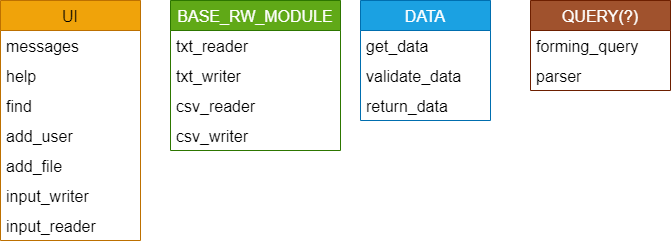
This is Quarter2/s7/s7hw/modules.drawio.png from Forty3pigs/python_study, a draw.io export, as it was before one commit. Source tidied: cells renumbered, new cells last; positions are measured from the earlier drawing's top-left corner, leaving out a move shared by most shapes. Its diagram source:
```xml
<mxGraphModel>
  <root>
    <mxCell id="0" />
    <mxCell id="1" parent="0" />
    <mxCell id="2" value="DATA" style="swimlane;fontStyle=0;horizontal=1;startSize=30;fontSize=16;fillColor=#1ba1e2;strokeColor=#006EAF;fontColor=#ffffff;" parent="1" vertex="1">
      <mxGeometry x="360" width="130" height="120" as="geometry" />
    </mxCell>
    <mxCell id="3" value="get_data" style="text;strokeColor=none;fillColor=none;align=left;verticalAlign=middle;spacingLeft=4;spacingRight=4;overflow=hidden;fontSize=16;" parent="2" vertex="1">
      <mxGeometry y="30" width="130" height="30" as="geometry" />
    </mxCell>
    <mxCell id="4" value="validate_data" style="text;strokeColor=none;fillColor=none;align=left;verticalAlign=middle;spacingLeft=4;spacingRight=4;overflow=hidden;fontSize=16;" parent="2" vertex="1">
      <mxGeometry y="60" width="130" height="30" as="geometry" />
    </mxCell>
    <mxCell id="5" value="return_data" style="text;strokeColor=none;fillColor=none;align=left;verticalAlign=middle;spacingLeft=4;spacingRight=4;overflow=hidden;fontSize=16;" parent="2" vertex="1">
      <mxGeometry y="90" width="130" height="30" as="geometry" />
    </mxCell>
    <mxCell id="6" value="BASE_RW_MODULE" style="swimlane;fontStyle=0;horizontal=1;startSize=30;fontSize=16;fillColor=#60a917;strokeColor=#2D7600;fontColor=#ffffff;" parent="1" vertex="1">
      <mxGeometry x="170" width="170" height="150" as="geometry" />
    </mxCell>
    <mxCell id="7" value="txt_reader" style="text;strokeColor=none;fillColor=none;align=left;verticalAlign=middle;spacingLeft=4;spacingRight=4;overflow=hidden;fontSize=16;" parent="6" vertex="1">
      <mxGeometry y="30" width="170" height="30" as="geometry" />
    </mxCell>
    <mxCell id="8" value="txt_writer" style="text;strokeColor=none;fillColor=none;align=left;verticalAlign=middle;spacingLeft=4;spacingRight=4;overflow=hidden;fontSize=16;" parent="6" vertex="1">
      <mxGeometry y="60" width="170" height="30" as="geometry" />
    </mxCell>
    <mxCell id="9" value="csv_reader" style="text;strokeColor=none;fillColor=none;align=left;verticalAlign=middle;spacingLeft=4;spacingRight=4;overflow=hidden;fontSize=16;" parent="6" vertex="1">
      <mxGeometry y="90" width="170" height="30" as="geometry" />
    </mxCell>
    <mxCell id="10" value="csv_writer" style="text;strokeColor=none;fillColor=none;align=left;verticalAlign=middle;spacingLeft=4;spacingRight=4;overflow=hidden;fontSize=16;" parent="6" vertex="1">
      <mxGeometry y="120" width="170" height="30" as="geometry" />
    </mxCell>
    <mxCell id="11" value="UI" style="swimlane;fontStyle=0;horizontal=1;startSize=30;fontSize=16;fillColor=#f0a30a;strokeColor=#BD7000;fontColor=#000000;" parent="1" vertex="1">
      <mxGeometry width="140" height="240" as="geometry" />
    </mxCell>
    <mxCell id="12" value="messages" style="text;strokeColor=none;fillColor=none;align=left;verticalAlign=middle;spacingLeft=4;spacingRight=4;overflow=hidden;fontSize=16;" parent="11" vertex="1">
      <mxGeometry y="30" width="140" height="30" as="geometry" />
    </mxCell>
    <mxCell id="13" value="help" style="text;strokeColor=none;fillColor=none;align=left;verticalAlign=middle;spacingLeft=4;spacingRight=4;overflow=hidden;fontSize=16;" parent="11" vertex="1">
      <mxGeometry y="60" width="140" height="30" as="geometry" />
    </mxCell>
    <mxCell id="14" value="find" style="text;strokeColor=none;fillColor=none;align=left;verticalAlign=middle;spacingLeft=4;spacingRight=4;overflow=hidden;fontSize=16;" parent="11" vertex="1">
      <mxGeometry y="90" width="140" height="30" as="geometry" />
    </mxCell>
    <mxCell id="15" value="add_user" style="text;strokeColor=none;fillColor=none;align=left;verticalAlign=middle;spacingLeft=4;spacingRight=4;overflow=hidden;fontSize=16;" parent="11" vertex="1">
      <mxGeometry y="120" width="140" height="30" as="geometry" />
    </mxCell>
    <mxCell id="16" value="add_file" style="text;strokeColor=none;fillColor=none;align=left;verticalAlign=middle;spacingLeft=4;spacingRight=4;overflow=hidden;fontSize=16;" parent="11" vertex="1">
      <mxGeometry y="150" width="140" height="30" as="geometry" />
    </mxCell>
    <mxCell id="17" value="input_writer" style="text;strokeColor=none;fillColor=none;align=left;verticalAlign=middle;spacingLeft=4;spacingRight=4;overflow=hidden;fontSize=16;" parent="11" vertex="1">
      <mxGeometry y="180" width="140" height="30" as="geometry" />
    </mxCell>
    <mxCell id="18" value="input_reader" style="text;strokeColor=none;fillColor=none;align=left;verticalAlign=middle;spacingLeft=4;spacingRight=4;overflow=hidden;fontSize=16;" parent="11" vertex="1">
      <mxGeometry y="210" width="140" height="30" as="geometry" />
    </mxCell>
    <mxCell id="19" value="QUERY(?)" style="swimlane;fontStyle=0;horizontal=1;startSize=30;fontSize=16;fillColor=#a0522d;strokeColor=#6D1F00;fontColor=#ffffff;" parent="1" vertex="1">
      <mxGeometry x="530" width="140" height="90" as="geometry" />
    </mxCell>
    <mxCell id="20" value="forming_query" style="text;strokeColor=none;fillColor=none;align=left;verticalAlign=middle;spacingLeft=4;spacingRight=4;overflow=hidden;fontSize=16;" parent="19" vertex="1">
      <mxGeometry y="30" width="140" height="30" as="geometry" />
    </mxCell>
    <mxCell id="21" value="parser" style="text;strokeColor=none;fillColor=none;align=left;verticalAlign=middle;spacingLeft=4;spacingRight=4;overflow=hidden;fontSize=16;" parent="19" vertex="1">
      <mxGeometry y="60" width="140" height="30" as="geometry" />
    </mxCell>
  </root>
</mxGraphModel>
```
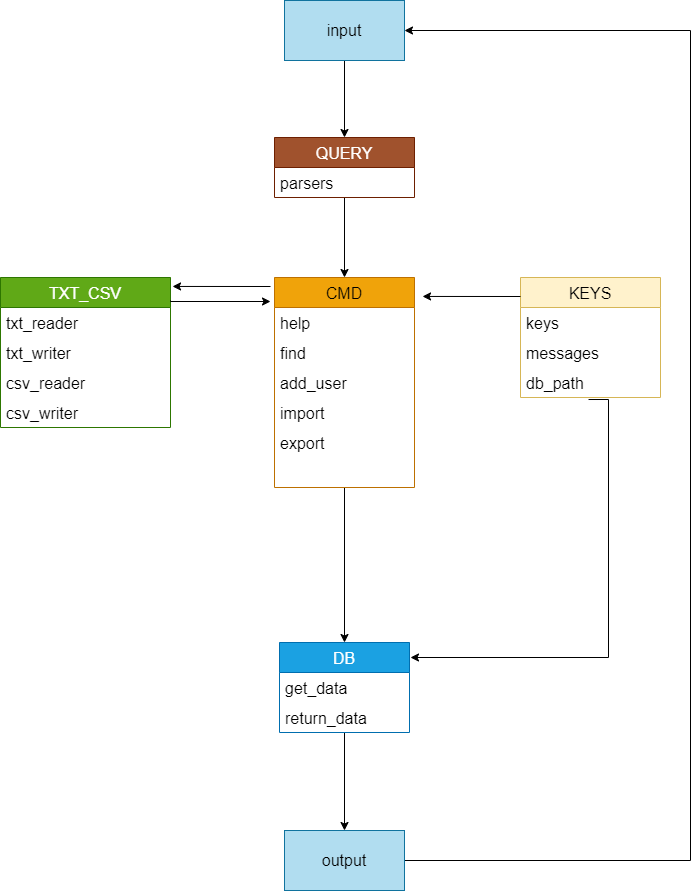
The same file after the commit.

Commit message:
s7hw find, import, export from/to txt and csv, minimal help

Diff of the diagram source:
```diff
@@ -2,20 +2,20 @@
   <root>
     <mxCell id="0" />
     <mxCell id="1" parent="0" />
+    <mxCell id="22" style="edgeStyle=orthogonalEdgeStyle;rounded=0;jettySize=auto;html=1;fontSize=16;" parent="1" edge="1" source="2" target="37">
+      <mxGeometry relative="1" as="geometry" />
+    </mxCell>
-    <mxCell id="2" value="DATA" style="swimlane;fontStyle=0;horizontal=1;startSize=30;fontSize=16;fillColor=#1ba1e2;strokeColor=#006EAF;fontColor=#ffffff;" parent="1" vertex="1">
-      <mxGeometry x="360" width="130" height="120" as="geometry" />
+    <mxCell id="2" value="DB" style="swimlane;fontStyle=0;horizontal=1;startSize=30;fontSize=16;fillColor=#1ba1e2;strokeColor=#006EAF;fontColor=#ffffff;" parent="1" vertex="1">
+      <mxGeometry x="319" y="732" width="130" height="90" as="geometry" />
     </mxCell>
     <mxCell id="3" value="get_data" style="text;strokeColor=none;fillColor=none;align=left;verticalAlign=middle;spacingLeft=4;spacingRight=4;overflow=hidden;fontSize=16;" parent="2" vertex="1">
       <mxGeometry y="30" width="130" height="30" as="geometry" />
     </mxCell>
-    <mxCell id="4" value="validate_data" style="text;strokeColor=none;fillColor=none;align=left;verticalAlign=middle;spacingLeft=4;spacingRight=4;overflow=hidden;fontSize=16;" parent="2" vertex="1">
-      <mxGeometry y="60" width="130" height="30" as="geometry" />
-    </mxCell>
     <mxCell id="5" value="return_data" style="text;strokeColor=none;fillColor=none;align=left;verticalAlign=middle;spacingLeft=4;spacingRight=4;overflow=hidden;fontSize=16;" parent="2" vertex="1">
-      <mxGeometry y="90" width="130" height="30" as="geometry" />
+      <mxGeometry y="60" width="130" height="30" as="geometry" />
     </mxCell>
-    <mxCell id="6" value="BASE_RW_MODULE" style="swimlane;fontStyle=0;horizontal=1;startSize=30;fontSize=16;fillColor=#60a917;strokeColor=#2D7600;fontColor=#ffffff;" parent="1" vertex="1">
-      <mxGeometry x="170" width="170" height="150" as="geometry" />
+    <mxCell id="6" value="TXT_CSV" style="swimlane;fontStyle=0;horizontal=1;startSize=30;fontSize=16;fillColor=#60a917;strokeColor=#2D7600;fontColor=#ffffff;" parent="1" vertex="1">
+      <mxGeometry x="40" y="367" width="170" height="150" as="geometry" />
     </mxCell>
     <mxCell id="7" value="txt_reader" style="text;strokeColor=none;fillColor=none;align=left;verticalAlign=middle;spacingLeft=4;spacingRight=4;overflow=hidden;fontSize=16;" parent="6" vertex="1">
       <mxGeometry y="30" width="170" height="30" as="geometry" />
@@ -29,38 +29,96 @@
     <mxCell id="10" value="csv_writer" style="text;strokeColor=none;fillColor=none;align=left;verticalAlign=middle;spacingLeft=4;spacingRight=4;overflow=hidden;fontSize=16;" parent="6" vertex="1">
       <mxGeometry y="120" width="170" height="30" as="geometry" />
     </mxCell>
+    <mxCell id="23" style="edgeStyle=orthogonalEdgeStyle;rounded=0;jettySize=auto;html=1;entryX=0.5;entryY=0;entryDx=0;entryDy=0;" parent="1" edge="1" source="11" target="2">
+      <mxGeometry relative="1" as="geometry" />
+    </mxCell>
-    <mxCell id="11" value="UI" style="swimlane;fontStyle=0;horizontal=1;startSize=30;fontSize=16;fillColor=#f0a30a;strokeColor=#BD7000;fontColor=#000000;" parent="1" vertex="1">
-      <mxGeometry width="140" height="240" as="geometry" />
+    <mxCell id="11" value="CMD" style="swimlane;fontStyle=0;horizontal=1;startSize=30;fontSize=16;fillColor=#f0a30a;strokeColor=#BD7000;fontColor=#000000;" parent="1" vertex="1">
+      <mxGeometry x="314" y="367" width="140" height="210" as="geometry" />
     </mxCell>
-    <mxCell id="12" value="messages" style="text;strokeColor=none;fillColor=none;align=left;verticalAlign=middle;spacingLeft=4;spacingRight=4;overflow=hidden;fontSize=16;" parent="11" vertex="1">
-      <mxGeometry y="30" width="140" height="30" as="geometry" />
-    </mxCell>
     <mxCell id="13" value="help" style="text;strokeColor=none;fillColor=none;align=left;verticalAlign=middle;spacingLeft=4;spacingRight=4;overflow=hidden;fontSize=16;" parent="11" vertex="1">
-      <mxGeometry y="60" width="140" height="30" as="geometry" />
+      <mxGeometry y="30" width="140" height="30" as="geometry" />
     </mxCell>
     <mxCell id="14" value="find" style="text;strokeColor=none;fillColor=none;align=left;verticalAlign=middle;spacingLeft=4;spacingRight=4;overflow=hidden;fontSize=16;" parent="11" vertex="1">
-      <mxGeometry y="90" width="140" height="30" as="geometry" />
+      <mxGeometry y="60" width="140" height="30" as="geometry" />
     </mxCell>
     <mxCell id="15" value="add_user" style="text;strokeColor=none;fillColor=none;align=left;verticalAlign=middle;spacingLeft=4;spacingRight=4;overflow=hidden;fontSize=16;" parent="11" vertex="1">
-      <mxGeometry y="120" width="140" height="30" as="geometry" />
+      <mxGeometry y="90" width="140" height="30" as="geometry" />
     </mxCell>
-    <mxCell id="16" value="add_file" style="text;strokeColor=none;fillColor=none;align=left;verticalAlign=middle;spacingLeft=4;spacingRight=4;overflow=hidden;fontSize=16;" parent="11" vertex="1">
-      <mxGeometry y="150" width="140" height="30" as="geometry" />
-    </mxCell>
-    <mxCell id="17" value="input_writer" style="text;strokeColor=none;fillColor=none;align=left;verticalAlign=middle;spacingLeft=4;spacingRight=4;overflow=hidden;fontSize=16;" parent="11" vertex="1">
-      <mxGeometry y="180" width="140" height="30" as="geometry" />
-    </mxCell>
-    <mxCell id="18" value="input_reader" style="text;strokeColor=none;fillColor=none;align=left;verticalAlign=middle;spacingLeft=4;spacingRight=4;overflow=hidden;fontSize=16;" parent="11" vertex="1">
-      <mxGeometry y="210" width="140" height="30" as="geometry" />
-    </mxCell>
+    <mxCell id="24" value="import" style="text;strokeColor=none;fillColor=none;align=left;verticalAlign=middle;spacingLeft=4;spacingRight=4;overflow=hidden;fontSize=16;" parent="11" vertex="1">
+      <mxGeometry y="120" width="140" height="30" as="geometry" />
+    </mxCell>
+    <mxCell id="25" value="export" style="text;strokeColor=none;fillColor=none;align=left;verticalAlign=middle;spacingLeft=4;spacingRight=4;overflow=hidden;fontSize=16;" parent="11" vertex="1">
+      <mxGeometry y="150" width="140" height="30" as="geometry" />
+    </mxCell>
+    <mxCell id="26" style="text;strokeColor=none;fillColor=none;align=left;verticalAlign=middle;spacingLeft=4;spacingRight=4;overflow=hidden;fontSize=16;" parent="11" vertex="1">
+      <mxGeometry y="180" width="140" height="30" as="geometry" />
+    </mxCell>
+    <mxCell id="27" style="edgeStyle=orthogonalEdgeStyle;rounded=0;jettySize=auto;html=1;entryX=0.5;entryY=0;entryDx=0;entryDy=0;" parent="1" edge="1" source="19" target="11">
+      <mxGeometry relative="1" as="geometry" />
+    </mxCell>
-    <mxCell id="19" value="QUERY(?)" style="swimlane;fontStyle=0;horizontal=1;startSize=30;fontSize=16;fillColor=#a0522d;strokeColor=#6D1F00;fontColor=#ffffff;" parent="1" vertex="1">
-      <mxGeometry x="530" width="140" height="90" as="geometry" />
+    <mxCell id="19" value="QUERY" style="swimlane;fontStyle=0;horizontal=1;startSize=30;fontSize=16;fillColor=#a0522d;strokeColor=#6D1F00;fontColor=#ffffff;" parent="1" vertex="1">
+      <mxGeometry x="314" y="227" width="140" height="60" as="geometry" />
     </mxCell>
-    <mxCell id="20" value="forming_query" style="text;strokeColor=none;fillColor=none;align=left;verticalAlign=middle;spacingLeft=4;spacingRight=4;overflow=hidden;fontSize=16;" parent="19" vertex="1">
-      <mxGeometry y="30" width="140" height="30" as="geometry" />
-    </mxCell>
-    <mxCell id="21" value="parser" style="text;strokeColor=none;fillColor=none;align=left;verticalAlign=middle;spacingLeft=4;spacingRight=4;overflow=hidden;fontSize=16;" parent="19" vertex="1">
-      <mxGeometry y="60" width="140" height="30" as="geometry" />
+    <mxCell id="21" value="parsers" style="text;strokeColor=none;fillColor=none;align=left;verticalAlign=middle;spacingLeft=4;spacingRight=4;overflow=hidden;fontSize=16;" parent="19" vertex="1">
+      <mxGeometry y="30" width="140" height="30" as="geometry" />
     </mxCell>
+    <mxCell id="28" value="KEYS" style="swimlane;fontStyle=0;horizontal=1;startSize=30;fontSize=16;fillColor=#fff2cc;strokeColor=#d6b656;" parent="1" vertex="1">
+      <mxGeometry x="560" y="367" width="140" height="120" as="geometry" />
+    </mxCell>
+    <mxCell id="29" value="keys" style="text;strokeColor=none;fillColor=none;align=left;verticalAlign=middle;spacingLeft=4;spacingRight=4;overflow=hidden;fontSize=16;" parent="28" vertex="1">
+      <mxGeometry y="30" width="140" height="30" as="geometry" />
+    </mxCell>
+    <mxCell id="12" value="messages" style="text;strokeColor=none;fillColor=none;align=left;verticalAlign=middle;spacingLeft=4;spacingRight=4;overflow=hidden;fontSize=16;" parent="28" vertex="1">
+      <mxGeometry y="60" width="140" height="30" as="geometry" />
+    </mxCell>
+    <mxCell id="30" value="db_path" style="text;strokeColor=none;fillColor=none;align=left;verticalAlign=middle;spacingLeft=4;spacingRight=4;overflow=hidden;points=[[0,0.5],[1,0.5]];portConstraint=eastwest;fontSize=16;" parent="28" vertex="1">
+      <mxGeometry y="90" width="140" height="30" as="geometry" />
+    </mxCell>
+    <mxCell id="31" style="edgeStyle=orthogonalEdgeStyle;rounded=0;jettySize=auto;html=1;exitX=0.486;exitY=1.067;exitDx=0;exitDy=0;exitPerimeter=0;" parent="1" edge="1" source="30">
+      <mxGeometry relative="1" as="geometry">
+        <mxPoint x="450" y="747" as="targetPoint" />
+        <Array as="points">
+          <mxPoint x="648" y="747" />
+        </Array>
+      </mxGeometry>
+    </mxCell>
+    <mxCell id="32" style="edgeStyle=orthogonalEdgeStyle;rounded=0;orthogonalLoop=1;jettySize=auto;html=1;entryX=1.012;entryY=0.113;entryDx=0;entryDy=0;entryPerimeter=0;" parent="1" edge="1">
+      <mxGeometry relative="1" as="geometry">
+        <mxPoint x="310" y="376" as="sourcePoint" />
+        <mxPoint x="212" y="376" as="targetPoint" />
+      </mxGeometry>
+    </mxCell>
+    <mxCell id="33" style="edgeStyle=orthogonalEdgeStyle;rounded=0;orthogonalLoop=1;jettySize=auto;html=1;" parent="1" edge="1">
+      <mxGeometry relative="1" as="geometry">
+        <mxPoint x="210" y="390" as="sourcePoint" />
+        <mxPoint x="310" y="391" as="targetPoint" />
+        <Array as="points">
+          <mxPoint x="210" y="391" />
+        </Array>
+      </mxGeometry>
+    </mxCell>
+    <mxCell id="34" style="edgeStyle=orthogonalEdgeStyle;rounded=0;jettySize=auto;html=1;fontSize=16;entryX=0.5;entryY=0;entryDx=0;entryDy=0;" parent="1" edge="1" source="35" target="19">
+      <mxGeometry relative="1" as="geometry" />
+    </mxCell>
+    <mxCell id="35" value="&lt;font style=&quot;font-size: 16px;&quot;&gt;input&lt;/font&gt;" style="rounded=0;whiteSpace=wrap;html=1;fillColor=#b1ddf0;strokeColor=#10739e;" parent="1" vertex="1">
+      <mxGeometry x="324" y="90" width="120" height="60" as="geometry" />
+    </mxCell>
+    <mxCell id="36" style="edgeStyle=orthogonalEdgeStyle;rounded=0;jettySize=auto;html=1;exitX=1;exitY=0.5;exitDx=0;exitDy=0;entryX=1;entryY=0.5;entryDx=0;entryDy=0;fontSize=16;" parent="1" edge="1" source="37" target="35">
+      <mxGeometry relative="1" as="geometry">
+        <Array as="points">
+          <mxPoint x="730" y="950" />
+          <mxPoint x="730" y="120" />
+        </Array>
+      </mxGeometry>
+    </mxCell>
+    <mxCell id="37" value="&lt;font style=&quot;font-size: 16px;&quot;&gt;output&lt;/font&gt;" style="rounded=0;whiteSpace=wrap;html=1;fillColor=#b1ddf0;strokeColor=#10739e;" parent="1" vertex="1">
+      <mxGeometry x="324" y="920" width="120" height="60" as="geometry" />
+    </mxCell>
+    <mxCell id="38" style="edgeStyle=orthogonalEdgeStyle;rounded=0;orthogonalLoop=1;jettySize=auto;html=1;entryX=1.012;entryY=0.113;entryDx=0;entryDy=0;entryPerimeter=0;" parent="1" edge="1">
+      <mxGeometry relative="1" as="geometry">
+        <mxPoint x="560" y="386" as="sourcePoint" />
+        <mxPoint x="462" y="386" as="targetPoint" />
+      </mxGeometry>
+    </mxCell>
   </root>
 </mxGraphModel>
```
